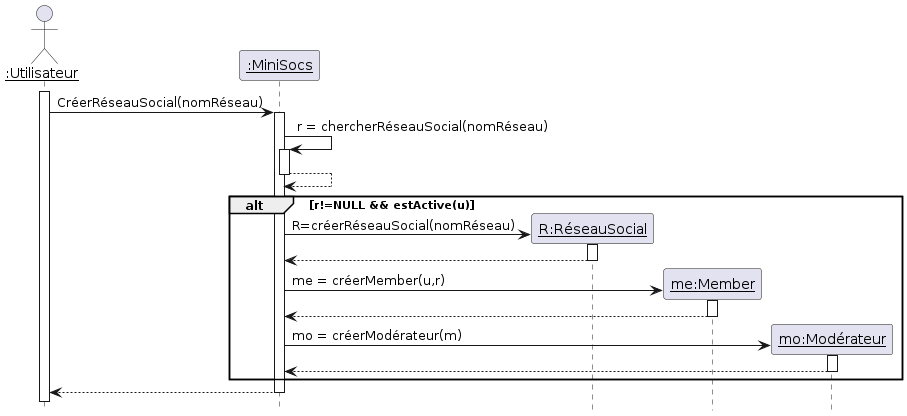
This is Diagrammes/minisocs_uml_diag_seq_creer_reseau_social.png from yesminete/MiniSocs, a PlantUML export, as it was before one commit.
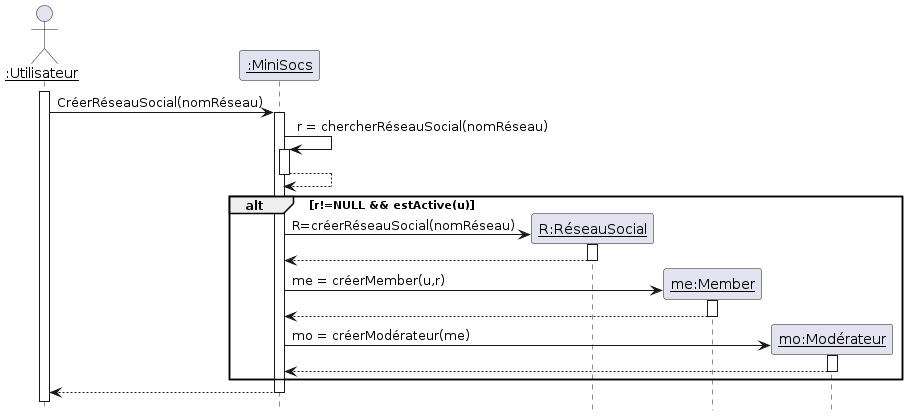
The same diagram one commit later.

Commit message:
diagramme de classe v2.0

What changed in the source:
```diff
@@ -22,7 +22,7 @@
 m ->mem ++ : me = créerMember(u,r)
 return
 create "__mo:Modérateur__" as mo
-m->mo ++ : mo = créerModérateur(m)
+m->mo ++ : mo = créerModérateur(me)
 return
 end
 return
```
